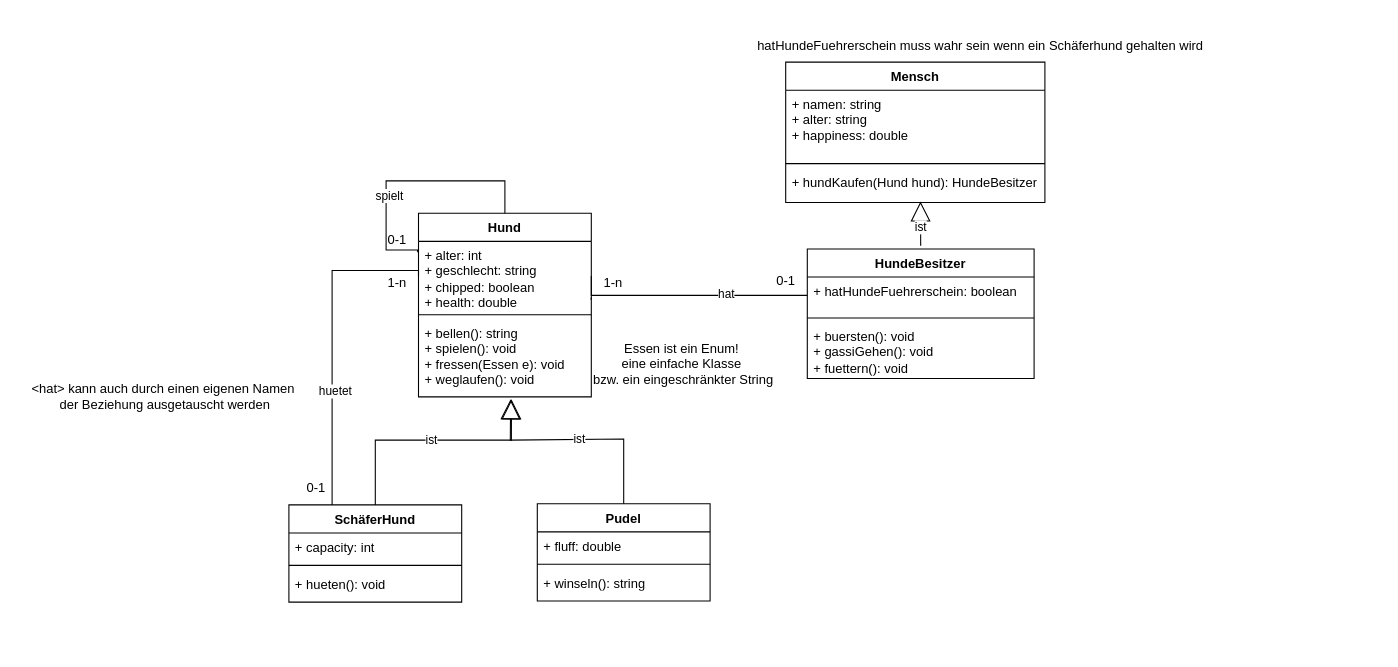
Above: BITEC/current lesson/oop/src/KlassenUndBeziehungen/Hunde.drawio in MrStrelow/BBRZ (draw.io), before the change. Source tidied: cells renumbered, new cells numbered last; positions are measured from the earlier drawing's top-left corner, leaving out a move shared by most shapes. Both pictures are drawn from the tidied source at 108%, with x=0, y=0 at pixel (18, 29).
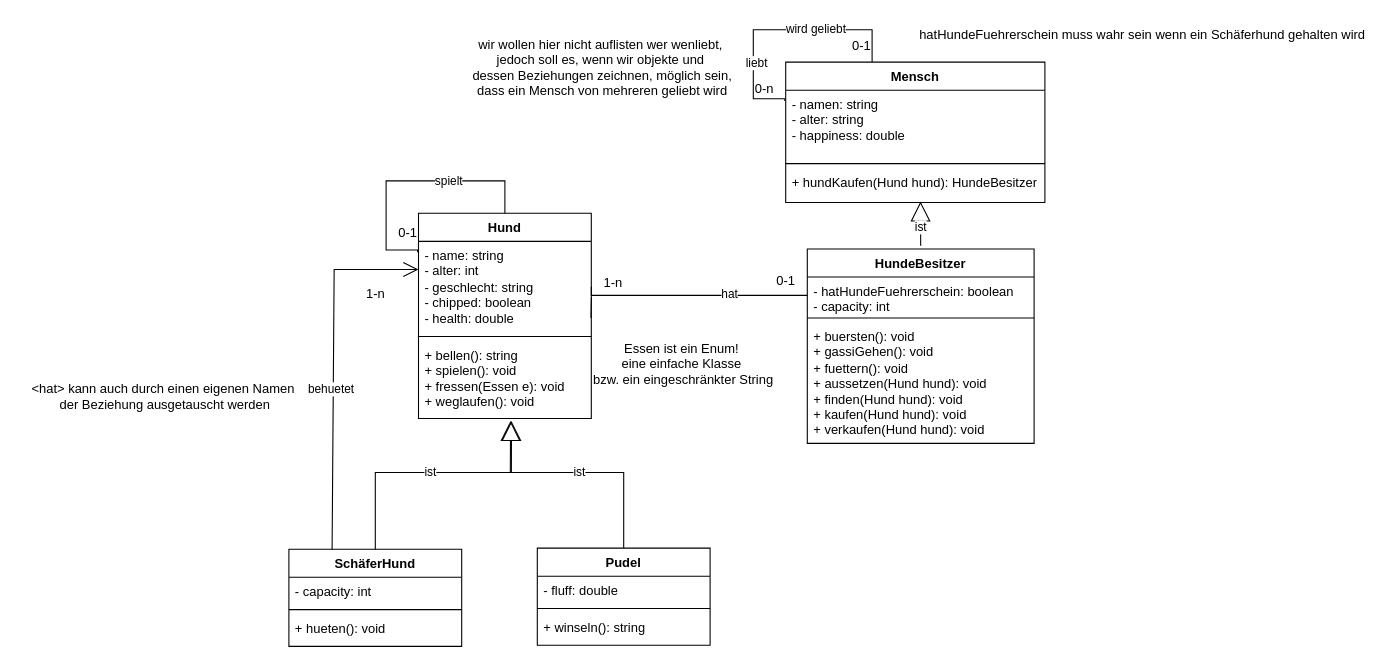
The same page after the edit.

The change refers to these unchanged cells:
```xml
<mxCell id="8" value="Mensch" style="swimlane;fontStyle=1;align=center;verticalAlign=top;horizontal=1;startSize=26;whiteSpace=wrap;html=1;" parent="1" vertex="1">
  <mxGeometry x="710" y="30" width="240" height="130" as="geometry" />
</mxCell>
```

Change to the diagram source:
```diff
@@
     <mxCell id="2" value="Hund" style="swimlane;fontStyle=1;align=center;verticalAlign=top;horizontal=1;startSize=26;whiteSpace=wrap;html=1;" parent="1" vertex="1">
-      <mxGeometry x="370" y="170" width="160" height="170" as="geometry" />
+      <mxGeometry x="370" y="170" width="160" height="190" as="geometry" />
     </mxCell>
-    <mxCell id="3" value="+ alter: int&lt;div&gt;+ geschlecht: string&lt;/div&gt;&lt;div&gt;+ chipped: boolean&lt;/div&gt;&lt;div&gt;+ health: double&lt;/div&gt;" style="text;strokeColor=none;fillColor=none;align=left;verticalAlign=top;spacingLeft=4;spacingRight=4;overflow=hidden;points=[[0,0.5],[1,0.5]];portConstraint=eastwest;whiteSpace=wrap;html=1;" parent="2" vertex="1">
-      <mxGeometry y="26" width="160" height="64" as="geometry" />
+    <mxCell id="3" value="- name: string&lt;div&gt;- alter: int&lt;/div&gt;&lt;div&gt;-&lt;span style=&quot;background-color: initial;&quot;&gt;&amp;nbsp;geschlecht: string&lt;/span&gt;&lt;div&gt;- chipped: boolean&lt;/div&gt;&lt;div&gt;- health: double&lt;/div&gt;&lt;/div&gt;" style="text;strokeColor=none;fillColor=none;align=left;verticalAlign=top;spacingLeft=4;spacingRight=4;overflow=hidden;points=[[0,0.5],[1,0.5]];portConstraint=eastwest;whiteSpace=wrap;html=1;" parent="2" vertex="1">
+      <mxGeometry y="26" width="160" height="84" as="geometry" />
     </mxCell>
     <mxCell id="4" style="line;strokeWidth=1;fillColor=none;align=left;verticalAlign=middle;spacingTop=-1;spacingLeft=3;spacingRight=3;labelPosition=right;strokeColor=inherit;" parent="2" vertex="1">
-      <mxGeometry y="90" width="160" height="8" as="geometry" />
+      <mxGeometry y="110" width="160" height="8" as="geometry" />
     </mxCell>
-    <mxCell id="5" style="endArrow=none;html=1;edgeStyle=orthogonalEdgeStyle;rounded=0;exitX=0.5;exitY=0;exitDx=0;exitDy=0;entryX=-0.005;entryY=0.156;entryDx=0;entryDy=0;entryPerimeter=0;" parent="2" edge="1" source="2" target="3">
-      <mxGeometry relative="1" as="geometry">
-        <Array as="points">
-          <mxPoint x="80" y="-30" />
-          <mxPoint x="-30" y="-30" />
-          <mxPoint x="-30" y="34" />
-        </Array>
-      </mxGeometry>
-    </mxCell>
-    <mxCell id="6" value="spielt" style="edgeLabel;html=1;align=center;verticalAlign=middle;" parent="5" vertex="1">
-      <mxGeometry x="0.3" y="2" relative="1" as="geometry" />
-    </mxCell>
     <mxCell id="7" value="+ bellen(): string&lt;div&gt;+ spielen(): void&lt;/div&gt;&lt;div&gt;+ fressen(Essen e): void&lt;/div&gt;&lt;div&gt;+ weglaufen(): void&lt;/div&gt;" style="text;strokeColor=none;fillColor=none;align=left;verticalAlign=top;spacingLeft=4;spacingRight=4;overflow=hidden;points=[[0,0.5],[1,0.5]];portConstraint=eastwest;whiteSpace=wrap;html=1;" parent="2" vertex="1">
-      <mxGeometry y="98" width="160" height="72" as="geometry" />
+      <mxGeometry y="118" width="160" height="72" as="geometry" />
     </mxCell>
@@
-    <mxCell id="9" value="&lt;div&gt;+ namen: string&lt;/div&gt;&lt;div&gt;+ alter: string&lt;/div&gt;&lt;div&gt;+ happiness: double&lt;/div&gt;" style="text;strokeColor=none;fillColor=none;align=left;verticalAlign=top;spacingLeft=4;spacingRight=4;overflow=hidden;whiteSpace=wrap;html=1;" parent="8" vertex="1">
+    <mxCell id="9" value="&lt;div&gt;- namen: string&lt;/div&gt;&lt;div&gt;- alter: string&lt;/div&gt;&lt;div&gt;- happiness: double&lt;/div&gt;" style="text;strokeColor=none;fillColor=none;align=left;verticalAlign=top;spacingLeft=4;spacingRight=4;overflow=hidden;whiteSpace=wrap;html=1;" parent="8" vertex="1">
       <mxGeometry y="26" width="240" height="64" as="geometry" />
     </mxCell>
@@
     <mxCell id="12" value="SchäferHund" style="swimlane;fontStyle=1;align=center;verticalAlign=top;horizontal=1;startSize=26;whiteSpace=wrap;html=1;" parent="1" vertex="1">
-      <mxGeometry x="250" y="440" width="160" height="90" as="geometry" />
+      <mxGeometry x="250" y="481" width="160" height="90" as="geometry" />
     </mxCell>
-    <mxCell id="13" value="+ capacity: int" style="text;strokeColor=none;fillColor=none;align=left;verticalAlign=top;spacingLeft=4;spacingRight=4;overflow=hidden;whiteSpace=wrap;html=1;" parent="12" vertex="1">
+    <mxCell id="13" value="- capacity: int" style="text;strokeColor=none;fillColor=none;align=left;verticalAlign=top;spacingLeft=4;spacingRight=4;overflow=hidden;whiteSpace=wrap;html=1;" parent="12" vertex="1">
       <mxGeometry y="26" width="160" height="26" as="geometry" />
     </mxCell>
@@
-    <mxCell id="16" value="ist" style="endArrow=block;endSize=16;endFill=0;html=1;rounded=0;entryX=0.538;entryY=1.031;entryDx=0;entryDy=0;entryPerimeter=0;" parent="1" edge="1" target="7">
+    <mxCell id="16" value="ist" style="endArrow=block;endSize=16;endFill=0;html=1;rounded=0;entryX=0.538;entryY=1.031;entryDx=0;entryDy=0;entryPerimeter=0;exitX=0.5;exitY=0;exitDx=0;exitDy=0;" parent="1" edge="1" source="12" target="7">
       <mxGeometry relative="1" as="geometry">
-        <mxPoint x="330" y="440" as="sourcePoint" />
         <Array as="points">
-          <mxPoint x="330" y="380" />
-          <mxPoint x="400" y="380" />
-          <mxPoint x="456" y="380" />
+          <mxPoint x="330" y="410" />
+          <mxPoint x="390" y="410" />
+          <mxPoint x="456" y="410" />
         </Array>
       </mxGeometry>
     </mxCell>
     <mxCell id="17" value="hatHundeFuehrerschein muss wahr sein wenn ein Schäferhund gehalten wird" style="text;html=1;align=center;verticalAlign=middle;strokeColor=none;fillColor=none;" parent="1" vertex="1">
-      <mxGeometry x="670" width="440" height="30" as="geometry" />
+      <mxGeometry x="820" y="-10" width="440" height="30" as="geometry" />
     </mxCell>
     <mxCell id="18" value="HundeBesitzer" style="swimlane;fontStyle=1;align=center;verticalAlign=top;horizontal=1;startSize=26;whiteSpace=wrap;html=1;" parent="1" vertex="1">
-      <mxGeometry x="730" y="203" width="210" height="120" as="geometry" />
+      <mxGeometry x="730" y="203" width="210" height="180" as="geometry" />
     </mxCell>
-    <mxCell id="19" value="+ hatHundeFuehrerschein: boolean" style="text;strokeColor=none;fillColor=none;align=left;verticalAlign=top;spacingLeft=4;spacingRight=4;overflow=hidden;points=[[0,0.5],[1,0.5]];portConstraint=eastwest;whiteSpace=wrap;html=1;" parent="18" vertex="1">
+    <mxCell id="19" value="- hatHundeFuehrerschein: boolean&lt;div&gt;- capacity: int&lt;/div&gt;" style="text;strokeColor=none;fillColor=none;align=left;verticalAlign=top;spacingLeft=4;spacingRight=4;overflow=hidden;points=[[0,0.5],[1,0.5]];portConstraint=eastwest;whiteSpace=wrap;html=1;" parent="18" vertex="1">
       <mxGeometry y="26" width="210" height="34" as="geometry" />
     </mxCell>
@@
-    <mxCell id="21" value="+ buersten(): void&lt;div&gt;+ gassiGehen(): void&lt;br&gt;&lt;/div&gt;&lt;div&gt;+ fuettern(): void&lt;/div&gt;" style="text;strokeColor=none;fillColor=none;align=left;verticalAlign=top;spacingLeft=4;spacingRight=4;overflow=hidden;whiteSpace=wrap;html=1;" parent="18" vertex="1">
-      <mxGeometry y="68" width="210" height="52" as="geometry" />
+    <mxCell id="21" value="+ buersten(): void&lt;div&gt;+ gassiGehen(): void&lt;br&gt;&lt;/div&gt;&lt;div&gt;+ fuettern(): void&lt;/div&gt;&lt;div&gt;+ aussetzen(Hund hund): void&lt;/div&gt;&lt;div&gt;+ finden(Hund hund): void&lt;/div&gt;&lt;div&gt;+ kaufen(Hund hund): void&lt;/div&gt;&lt;div&gt;+ verkaufen(Hund hund):&amp;nbsp;&lt;span style=&quot;background-color: initial;&quot;&gt;void&lt;/span&gt;&lt;/div&gt;" style="text;strokeColor=none;fillColor=none;align=left;verticalAlign=top;spacingLeft=4;spacingRight=4;overflow=hidden;whiteSpace=wrap;html=1;" parent="18" vertex="1">
+      <mxGeometry y="68" width="210" height="112" as="geometry" />
     </mxCell>
@@
     <mxCell id="23" value="Pudel" style="swimlane;fontStyle=1;align=center;verticalAlign=top;horizontal=1;startSize=26;whiteSpace=wrap;html=1;" parent="1" vertex="1">
-      <mxGeometry x="480" y="439" width="160" height="90" as="geometry" />
+      <mxGeometry x="480" y="480" width="160" height="90" as="geometry" />
     </mxCell>
-    <mxCell id="24" value="+ fluff: double" style="text;strokeColor=none;fillColor=none;align=left;verticalAlign=top;spacingLeft=4;spacingRight=4;overflow=hidden;whiteSpace=wrap;html=1;" parent="23" vertex="1">
+    <mxCell id="24" value="- fluff: double" style="text;strokeColor=none;fillColor=none;align=left;verticalAlign=top;spacingLeft=4;spacingRight=4;overflow=hidden;whiteSpace=wrap;html=1;" parent="23" vertex="1">
       <mxGeometry y="26" width="160" height="26" as="geometry" />
     </mxCell>
@@
-    <mxCell id="27" value="ist" style="endArrow=block;endSize=16;endFill=0;html=1;rounded=0;entryX=0.533;entryY=1.031;entryDx=0;entryDy=0;entryPerimeter=0;" parent="1" edge="1" target="7">
+    <mxCell id="27" value="ist" style="endArrow=block;endSize=16;endFill=0;html=1;rounded=0;entryX=0.533;entryY=1.031;entryDx=0;entryDy=0;entryPerimeter=0;exitX=0.5;exitY=0;exitDx=0;exitDy=0;" parent="1" edge="1" source="23" target="7">
       <mxGeometry relative="1" as="geometry">
-        <mxPoint x="560" y="439" as="sourcePoint" />
         <Array as="points">
-          <mxPoint x="560" y="379" />
-          <mxPoint x="455" y="380" />
+          <mxPoint x="560" y="410" />
+          <mxPoint x="455" y="410" />
         </Array>
       </mxGeometry>
     </mxCell>
-    <mxCell id="28" style="endArrow=none;html=1;edgeStyle=orthogonalEdgeStyle;rounded=0;exitX=0;exitY=0.5;exitDx=0;exitDy=0;entryX=0.25;entryY=0;entryDx=0;entryDy=0;" parent="1" edge="1" source="3" target="12">
-      <mxGeometry relative="1" as="geometry">
-        <Array as="points">
-          <mxPoint x="290" y="223" />
-        </Array>
-      </mxGeometry>
-    </mxCell>
-    <mxCell id="29" value="huetet" style="edgeLabel;html=1;align=center;verticalAlign=middle;" parent="28" vertex="1">
-      <mxGeometry x="0.3" y="2" relative="1" as="geometry" />
-    </mxCell>
@@
     <mxCell id="35" value="1-n" style="text;html=1;align=center;verticalAlign=middle;strokeColor=none;fillColor=none;" parent="1" vertex="1">
-      <mxGeometry x="330" y="220" width="40" height="30" as="geometry" />
+      <mxGeometry x="310" y="230" width="40" height="30" as="geometry" />
     </mxCell>
-    <mxCell id="36" value="0-1" style="text;html=1;align=center;verticalAlign=middle;strokeColor=none;fillColor=none;" parent="1" vertex="1">
-      <mxGeometry x="255" y="410" width="40" height="30" as="geometry" />
-    </mxCell>
@@
+    <mxCell id="39" value="Essen ist ein Enum!&amp;nbsp;&lt;div&gt;eine einfache Klasse&amp;nbsp;&lt;div&gt;bzw. ein eingeschränkter String&lt;/div&gt;&lt;/div&gt;" style="text;html=1;align=center;verticalAlign=middle;strokeColor=none;fillColor=none;" parent="1" vertex="1">
+      <mxGeometry x="520" y="280" width="190" height="60" as="geometry" />
+    </mxCell>
+    <mxCell id="40" value="wir wollen hier nicht auflisten wer wenliebt,&amp;nbsp;&lt;div&gt;jedoch soll es,&amp;nbsp;&lt;span style=&quot;background-color: initial;&quot;&gt;wenn wir objekte und&amp;nbsp;&lt;/span&gt;&lt;/div&gt;&lt;div&gt;&lt;span style=&quot;background-color: initial;&quot;&gt;dessen Beziehungen zeichnen, möglich sein,&lt;/span&gt;&lt;/div&gt;&lt;div&gt;&lt;span style=&quot;background-color: initial;&quot;&gt;dass ein Mensch von mehreren geliebt wird&lt;/span&gt;&lt;/div&gt;" style="text;html=1;align=center;verticalAlign=middle;strokeColor=none;fillColor=none;" parent="1" vertex="1">
+      <mxGeometry x="410" width="260" height="70" as="geometry" />
+    </mxCell>
+    <mxCell id="41" value="0-1" style="text;html=1;align=center;verticalAlign=middle;strokeColor=none;fillColor=none;" parent="1" vertex="1">
+      <mxGeometry x="760" width="40" height="30" as="geometry" />
+    </mxCell>
-    <mxCell id="38" value="0-1" style="text;html=1;align=center;verticalAlign=middle;strokeColor=none;fillColor=none;" parent="1" vertex="1">
-      <mxGeometry x="330" y="180" width="40" height="30" as="geometry" />
+    <mxCell id="38" value="0-n" style="text;html=1;align=center;verticalAlign=middle;strokeColor=none;fillColor=none;" parent="1" vertex="1">
+      <mxGeometry x="670" y="40" width="40" height="30" as="geometry" />
     </mxCell>
-    <mxCell id="39" value="Essen ist ein Enum!&amp;nbsp;&lt;div&gt;eine einfache Klasse&amp;nbsp;&lt;div&gt;bzw. ein eingeschränkter String&lt;/div&gt;&lt;/div&gt;" style="text;html=1;align=center;verticalAlign=middle;strokeColor=none;fillColor=none;" parent="1" vertex="1">
-      <mxGeometry x="520" y="280" width="190" height="60" as="geometry" />
-    </mxCell>
+    <mxCell id="5" style="endArrow=none;html=1;edgeStyle=orthogonalEdgeStyle;rounded=0;exitX=0.5;exitY=0;exitDx=0;exitDy=0;entryX=-0.005;entryY=0.156;entryDx=0;entryDy=0;entryPerimeter=0;" parent="1" edge="1">
+      <mxGeometry relative="1" as="geometry">
+        <mxPoint x="790" y="30" as="sourcePoint" />
+        <mxPoint x="709.2" y="66" as="targetPoint" />
+        <Array as="points">
+          <mxPoint x="790" />
+          <mxPoint x="680" />
+          <mxPoint x="680" y="64" />
+        </Array>
+      </mxGeometry>
+    </mxCell>
+    <mxCell id="6" value="liebt" style="edgeLabel;html=1;align=center;verticalAlign=middle;" parent="5" vertex="1">
+      <mxGeometry x="0.3" y="2" relative="1" as="geometry">
+        <mxPoint y="17" as="offset" />
+      </mxGeometry>
+    </mxCell>
+    <mxCell id="42" value="wird geliebt" style="edgeLabel;html=1;align=center;verticalAlign=middle;" parent="5" vertex="1">
+      <mxGeometry x="-0.29" y="-1" relative="1" as="geometry" />
+    </mxCell>
+    <mxCell id="43" value="0-1" style="text;html=1;align=center;verticalAlign=middle;strokeColor=none;fillColor=none;" parent="1" vertex="1">
+      <mxGeometry x="340" y="173" width="40" height="30" as="geometry" />
+    </mxCell>
+    <mxCell id="44" style="endArrow=none;html=1;edgeStyle=orthogonalEdgeStyle;rounded=0;exitX=0.5;exitY=0;exitDx=0;exitDy=0;entryX=-0.005;entryY=0.156;entryDx=0;entryDy=0;entryPerimeter=0;" parent="1" edge="1">
+      <mxGeometry relative="1" as="geometry">
+        <mxPoint x="450" y="170" as="sourcePoint" />
+        <mxPoint x="369.2" y="206" as="targetPoint" />
+        <Array as="points">
+          <mxPoint x="450" y="140" />
+          <mxPoint x="340" y="140" />
+          <mxPoint x="340" y="204" />
+        </Array>
+      </mxGeometry>
+    </mxCell>
+    <mxCell id="45" value="spielt" style="edgeLabel;html=1;align=center;verticalAlign=middle;" parent="44" vertex="1">
+      <mxGeometry x="-0.29" y="-1" relative="1" as="geometry" />
+    </mxCell>
+    <mxCell id="46" style="endArrow=open;endFill=1;endSize=12;html=1;rounded=0;entryX=-0.012;entryY=0.31;entryDx=0;entryDy=0;entryPerimeter=0;exitX=0.25;exitY=0;exitDx=0;exitDy=0;" parent="1" edge="1" source="12">
+      <mxGeometry relative="1" as="geometry">
+        <mxPoint x="370" y="222" as="targetPoint" />
+        <Array as="points">
+          <mxPoint x="291.9" y="222" />
+        </Array>
+      </mxGeometry>
+    </mxCell>
+    <mxCell id="47" value="behuetet" style="edgeLabel;html=1;align=center;verticalAlign=middle;" parent="46" vertex="1">
+      <mxGeometry x="-0.12" y="3" relative="1" as="geometry" />
+    </mxCell>
```
